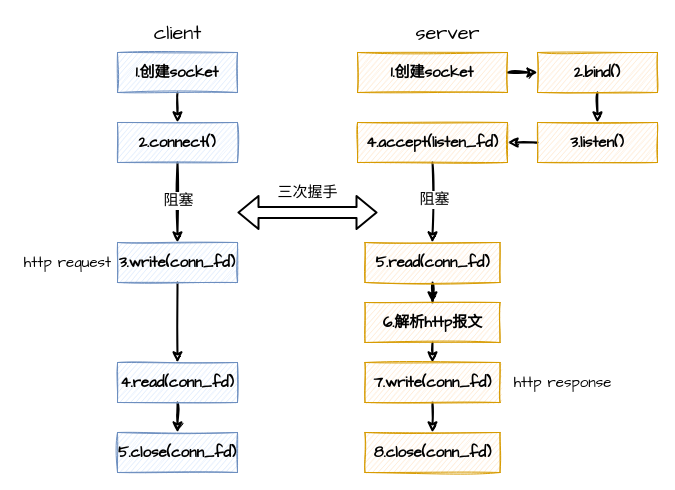
Before: tcp_socket流程图.drawio in AriseFX/OSSRH-55571, a draw.io diagram. Source tidied: cells renumbered, new cells numbered last; positions are measured from the earlier drawing's top-left corner, leaving out a move shared by most shapes. Both pictures are drawn from the tidied source at 100%, with x=0, y=0 at pixel (17, 17).
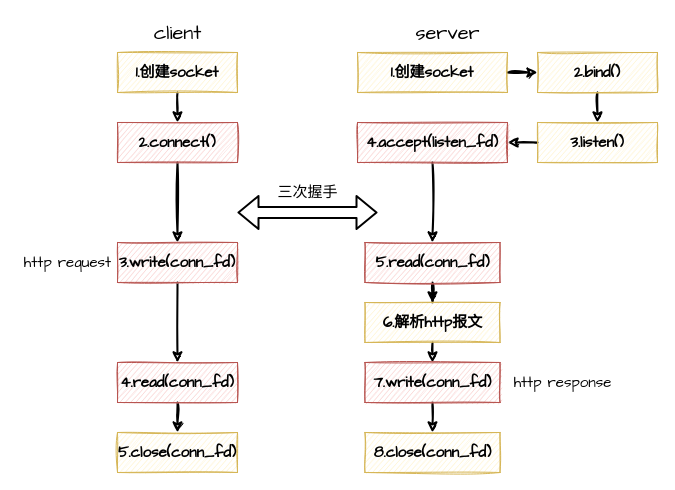
After the change.

Commit message (it also covers changes not shown here):
更新tcp_socket流程图.drawio

Unchanged cells that the change refers to:
```xml
<mxCell id="9" style="edgeStyle=orthogonalEdgeStyle;rounded=0;sketch=1;jettySize=auto;html=1;exitX=0.5;exitY=1;exitDx=0;exitDy=0;entryX=0.5;entryY=0;entryDx=0;entryDy=0;fontFamily=Comic Sans MS;fontSize=15;strokeWidth=2;" parent="1" edge="1" source="11" target="21">
  <mxGeometry relative="1" as="geometry" />
</mxCell>
<mxCell id="15" style="edgeStyle=orthogonalEdgeStyle;rounded=0;sketch=1;jettySize=auto;html=1;exitX=0.5;exitY=1;exitDx=0;exitDy=0;entryX=0.5;entryY=0;entryDx=0;entryDy=0;fontFamily=Comic Sans MS;fontSize=15;strokeWidth=2;" parent="1" edge="1" source="17" target="19">
  <mxGeometry relative="1" as="geometry" />
</mxCell>
```

Change to the diagram source:
```diff
@@
-    <mxCell id="3" value="&lt;font style=&quot;font-size: 15px&quot;&gt;1.创建socket&lt;/font&gt;" style="rounded=0;whiteSpace=wrap;html=1;fillColor=#ffe6cc;strokeColor=#d79b00;fontFamily=Comic Sans MS;labelBorderColor=none;glass=0;sketch=1;shadow=0;fontStyle=1;" parent="1" vertex="1">
+    <mxCell id="3" value="&lt;font style=&quot;font-size: 15px&quot;&gt;1.创建socket&lt;/font&gt;" style="rounded=0;whiteSpace=wrap;html=1;fillColor=#fff2cc;strokeColor=#d6b656;fontFamily=Comic Sans MS;labelBorderColor=none;glass=0;sketch=1;shadow=0;fontStyle=1;" parent="1" vertex="1">
       <mxGeometry x="340" y="35" width="150" height="40" as="geometry" />
     </mxCell>
@@
-    <mxCell id="6" value="2.bind()" style="rounded=0;whiteSpace=wrap;html=1;fillColor=#ffe6cc;strokeColor=#d79b00;fontFamily=Comic Sans MS;labelBorderColor=none;glass=0;sketch=1;shadow=0;fontStyle=1;fontSize=15;" parent="1" vertex="1">
+    <mxCell id="6" value="2.bind()" style="rounded=0;whiteSpace=wrap;html=1;fillColor=#fff2cc;strokeColor=#d6b656;fontFamily=Comic Sans MS;labelBorderColor=none;glass=0;sketch=1;shadow=0;fontStyle=1;fontSize=15;" parent="1" vertex="1">
       <mxGeometry x="520" y="35" width="120" height="40" as="geometry" />
     </mxCell>
@@
-    <mxCell id="8" value="3.listen()" style="rounded=0;whiteSpace=wrap;html=1;fillColor=#ffe6cc;strokeColor=#d79b00;fontFamily=Comic Sans MS;labelBorderColor=none;glass=0;sketch=1;shadow=0;fontStyle=1;fontSize=15;" parent="1" vertex="1">
+    <mxCell id="8" value="3.listen()" style="rounded=0;whiteSpace=wrap;html=1;fillColor=#fff2cc;strokeColor=#d6b656;fontFamily=Comic Sans MS;labelBorderColor=none;glass=0;sketch=1;shadow=0;fontStyle=1;fontSize=15;" parent="1" vertex="1">
       <mxGeometry x="520" y="105" width="120" height="40" as="geometry" />
     </mxCell>
@@
-    <mxCell id="10" value="阻塞" style="edgeLabel;html=1;align=center;verticalAlign=middle;fontSize=15;fontFamily=Comic Sans MS;" parent="9" vertex="1">
-      <mxGeometry x="-0.11" y="1" relative="1" as="geometry" />
-    </mxCell>
-    <mxCell id="11" value="4.accept(listen_fd)" style="rounded=0;whiteSpace=wrap;html=1;fillColor=#ffe6cc;strokeColor=#d79b00;fontFamily=Comic Sans MS;labelBorderColor=none;glass=0;sketch=1;shadow=0;fontStyle=1;fontSize=15;" parent="1" vertex="1">
+    <mxCell id="11" value="4.accept(listen_fd)" style="rounded=0;whiteSpace=wrap;html=1;fillColor=#f8cecc;strokeColor=#b85450;fontFamily=Comic Sans MS;labelBorderColor=none;glass=0;sketch=1;shadow=0;fontStyle=1;fontSize=15;" parent="1" vertex="1">
       <mxGeometry x="340" y="105" width="150" height="40" as="geometry" />
     </mxCell>
@@
-    <mxCell id="13" value="&lt;font style=&quot;font-size: 15px&quot;&gt;1.创建socket&lt;/font&gt;" style="rounded=0;whiteSpace=wrap;html=1;fillColor=#dae8fc;strokeColor=#6c8ebf;fontFamily=Comic Sans MS;labelBorderColor=none;glass=0;sketch=1;shadow=0;fontStyle=1;" parent="1" vertex="1">
+    <mxCell id="13" value="&lt;font style=&quot;font-size: 15px&quot;&gt;1.创建socket&lt;/font&gt;" style="rounded=0;whiteSpace=wrap;html=1;fillColor=#fff2cc;strokeColor=#d6b656;fontFamily=Comic Sans MS;labelBorderColor=none;glass=0;sketch=1;shadow=0;fontStyle=1;" parent="1" vertex="1">
       <mxGeometry x="100" y="35" width="120" height="40" as="geometry" />
     </mxCell>
@@
-    <mxCell id="16" value="阻塞" style="edgeLabel;html=1;align=center;verticalAlign=middle;fontSize=15;fontFamily=Comic Sans MS;" parent="15" vertex="1">
-      <mxGeometry x="-0.08" relative="1" as="geometry" />
-    </mxCell>
-    <mxCell id="17" value="2.connect()" style="rounded=0;whiteSpace=wrap;html=1;fillColor=#dae8fc;strokeColor=#6c8ebf;fontFamily=Comic Sans MS;labelBorderColor=none;glass=0;sketch=1;shadow=0;fontStyle=1;fontSize=15;" parent="1" vertex="1">
+    <mxCell id="17" value="2.connect()" style="rounded=0;whiteSpace=wrap;html=1;fillColor=#f8cecc;strokeColor=#b85450;fontFamily=Comic Sans MS;labelBorderColor=none;glass=0;sketch=1;shadow=0;fontStyle=1;fontSize=15;" parent="1" vertex="1">
       <mxGeometry x="100" y="105" width="120" height="40" as="geometry" />
     </mxCell>
@@
-    <mxCell id="19" value="3.write(conn_fd)" style="rounded=0;whiteSpace=wrap;html=1;fillColor=#dae8fc;strokeColor=#6c8ebf;fontFamily=Comic Sans MS;labelBorderColor=none;glass=0;sketch=1;shadow=0;fontStyle=1;fontSize=15;" parent="1" vertex="1">
+    <mxCell id="19" value="3.write(conn_fd)" style="rounded=0;whiteSpace=wrap;html=1;fillColor=#f8cecc;strokeColor=#b85450;fontFamily=Comic Sans MS;labelBorderColor=none;glass=0;sketch=1;shadow=0;fontStyle=1;fontSize=15;" parent="1" vertex="1">
       <mxGeometry x="100" y="225" width="120" height="40" as="geometry" />
     </mxCell>
@@
-    <mxCell id="21" value="5.read(conn_fd)" style="rounded=0;whiteSpace=wrap;html=1;fillColor=#ffe6cc;strokeColor=#d79b00;fontFamily=Comic Sans MS;labelBorderColor=none;glass=0;sketch=1;shadow=0;fontStyle=1;fontSize=15;" parent="1" vertex="1">
+    <mxCell id="21" value="5.read(conn_fd)" style="rounded=0;whiteSpace=wrap;html=1;fillColor=#f8cecc;strokeColor=#b85450;fontFamily=Comic Sans MS;labelBorderColor=none;glass=0;sketch=1;shadow=0;fontStyle=1;fontSize=15;" parent="1" vertex="1">
       <mxGeometry x="347.5" y="225" width="135" height="40" as="geometry" />
     </mxCell>
@@
-    <mxCell id="24" value="5.close(conn_fd)" style="rounded=0;whiteSpace=wrap;html=1;fillColor=#dae8fc;strokeColor=#6c8ebf;fontFamily=Comic Sans MS;labelBorderColor=none;glass=0;sketch=1;shadow=0;fontStyle=1;fontSize=15;" parent="1" vertex="1">
+    <mxCell id="24" value="5.close(conn_fd)" style="rounded=0;whiteSpace=wrap;html=1;fillColor=#fff2cc;strokeColor=#d6b656;fontFamily=Comic Sans MS;labelBorderColor=none;glass=0;sketch=1;shadow=0;fontStyle=1;fontSize=15;" parent="1" vertex="1">
       <mxGeometry x="100" y="415" width="120" height="40" as="geometry" />
     </mxCell>
@@
-    <mxCell id="26" value="6.解析http报文" style="rounded=0;whiteSpace=wrap;html=1;fillColor=#ffe6cc;strokeColor=#d79b00;fontFamily=Comic Sans MS;labelBorderColor=none;glass=0;sketch=1;shadow=0;fontStyle=1;fontSize=15;" parent="1" vertex="1">
+    <mxCell id="26" value="6.解析http报文" style="rounded=0;whiteSpace=wrap;html=1;fillColor=#fff2cc;strokeColor=#d6b656;fontFamily=Comic Sans MS;labelBorderColor=none;glass=0;sketch=1;shadow=0;fontStyle=1;fontSize=15;" parent="1" vertex="1">
       <mxGeometry x="347.5" y="285" width="135" height="40" as="geometry" />
     </mxCell>
@@
-    <mxCell id="28" value="4.read(conn_fd)" style="rounded=0;whiteSpace=wrap;html=1;fillColor=#dae8fc;strokeColor=#6c8ebf;fontFamily=Comic Sans MS;labelBorderColor=none;glass=0;sketch=1;shadow=0;fontStyle=1;fontSize=15;" parent="1" vertex="1">
+    <mxCell id="28" value="4.read(conn_fd)" style="rounded=0;whiteSpace=wrap;html=1;fillColor=#f8cecc;strokeColor=#b85450;fontFamily=Comic Sans MS;labelBorderColor=none;glass=0;sketch=1;shadow=0;fontStyle=1;fontSize=15;" parent="1" vertex="1">
       <mxGeometry x="100" y="345" width="120" height="40" as="geometry" />
     </mxCell>
@@
-    <mxCell id="30" value="7.write(conn_fd)" style="rounded=0;whiteSpace=wrap;html=1;fillColor=#ffe6cc;strokeColor=#d79b00;fontFamily=Comic Sans MS;labelBorderColor=none;glass=0;sketch=1;shadow=0;fontStyle=1;fontSize=15;" parent="1" vertex="1">
+    <mxCell id="30" value="7.write(conn_fd)" style="rounded=0;whiteSpace=wrap;html=1;fillColor=#f8cecc;strokeColor=#b85450;fontFamily=Comic Sans MS;labelBorderColor=none;glass=0;sketch=1;shadow=0;fontStyle=1;fontSize=15;" parent="1" vertex="1">
       <mxGeometry x="347.5" y="345" width="135" height="40" as="geometry" />
     </mxCell>
@@
-    <mxCell id="33" value="8.close(conn_fd)" style="rounded=0;whiteSpace=wrap;html=1;fillColor=#ffe6cc;strokeColor=#d79b00;fontFamily=Comic Sans MS;labelBorderColor=none;glass=0;sketch=1;shadow=0;fontStyle=1;fontSize=15;" parent="1" vertex="1">
+    <mxCell id="33" value="8.close(conn_fd)" style="rounded=0;whiteSpace=wrap;html=1;fillColor=#fff2cc;strokeColor=#d6b656;fontFamily=Comic Sans MS;labelBorderColor=none;glass=0;sketch=1;shadow=0;fontStyle=1;fontSize=15;" parent="1" vertex="1">
       <mxGeometry x="347.5" y="415" width="135" height="40" as="geometry" />
     </mxCell>
```
